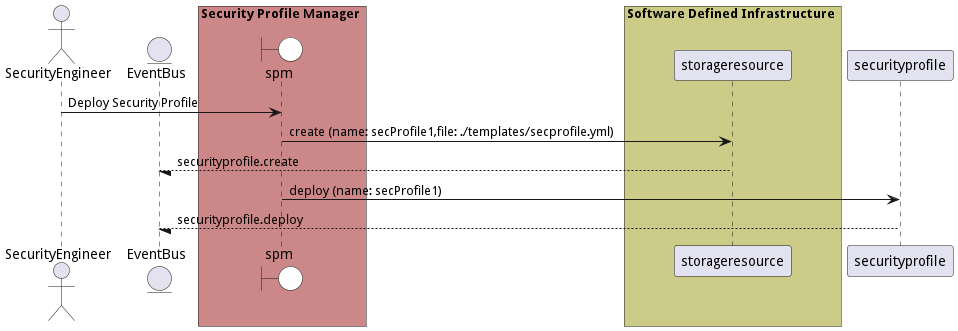
The PlantUML diagram docs/edgemere/sa/spm/usecases/applysecurityprofiles/DeploySecurityProfile.png in madajaju/edgemere, before a commit. Source of this version:
```plantuml
@startuml

actor "SecurityEngineer"


entity EventBus

box Security Profile Manager #cc8888
    boundary spm #white
end box


box Software Defined Infrastructure #cccc88
            participant storageresource
    end box

box Security Profile Manager #cc8888
    end box


"SecurityEngineer" -> spm: Deploy Security Profile

    spm -> "storageresource": create (name: secProfile1,file: ./templates/secprofile.yml)

    "storageresource" --/ EventBus: securityprofile.create

    spm -> "securityprofile": deploy (name: secProfile1)

    "securityprofile" --/ EventBus: securityprofile.deploy



@enduml
```
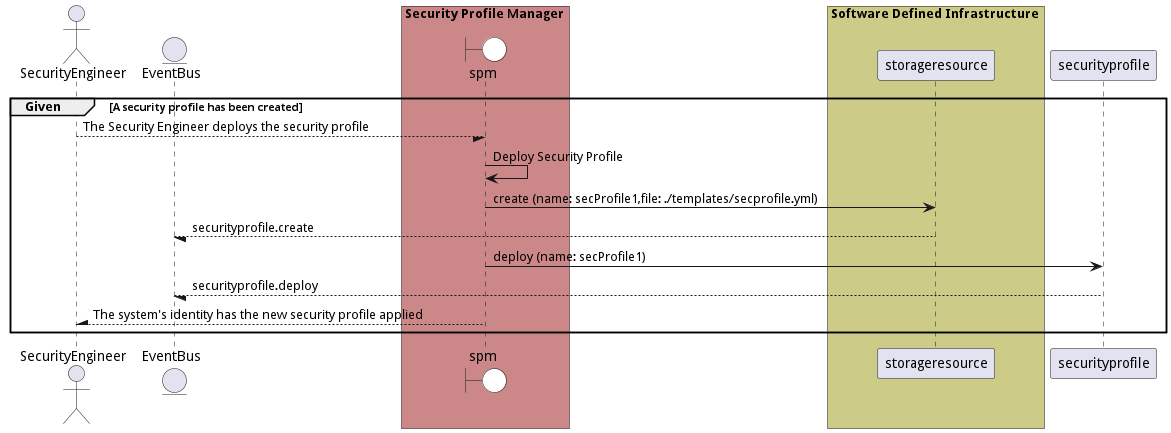
The same diagram one commit later.

What changed in the source:
```diff
@@ -1,4 +1,5 @@
 @startuml
+
 
 actor "SecurityEngineer"
 
@@ -17,8 +18,10 @@
 box Security Profile Manager #cc8888
     end box
 
+group Given [A security profile has been created]
 
-"SecurityEngineer" -> spm: Deploy Security Profile
+"SecurityEngineer" --/ spm: The Security Engineer deploys the security profile
+"spm" -> spm: Deploy Security Profile
 
     spm -> "storageresource": create (name: secProfile1,file: ./templates/secprofile.yml)
 
@@ -30,4 +33,9 @@
 
 
 
+"SecurityEngineer" /-- spm: The system&#39;s identity has the new security profile applied
+
+
+end
+
 @enduml
```
